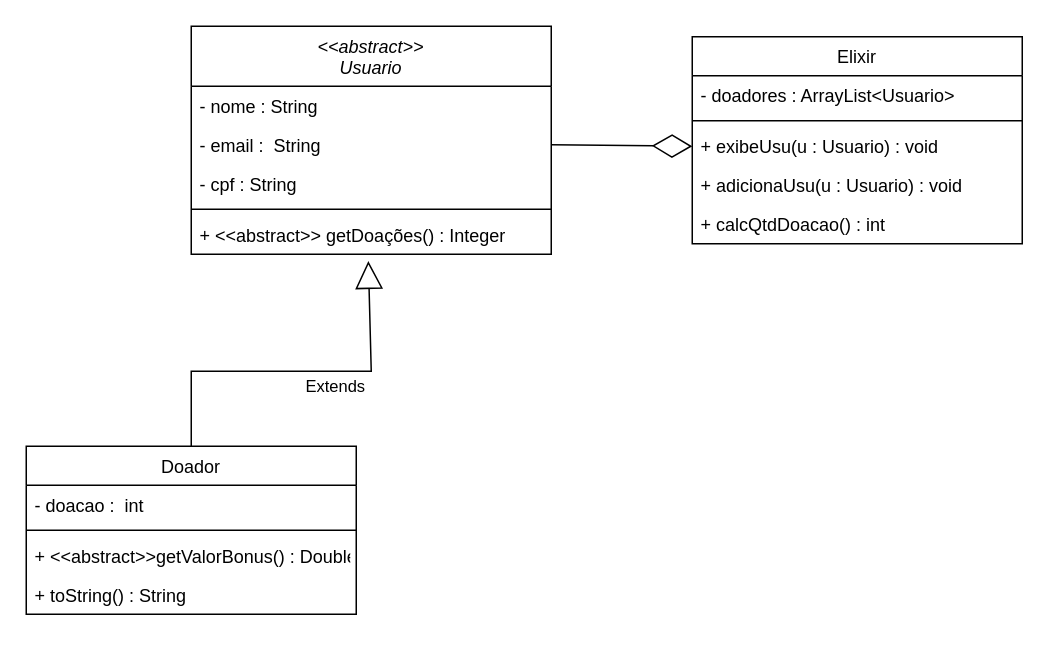
Above: elixir.drawio in NetoOSantos/UML (draw.io), before the change. Source tidied: cells renumbered, new cells numbered last; positions are measured from the earlier drawing's top-left corner, leaving out a move shared by most shapes. Both pictures are drawn from the tidied source at 150%, with x=0, y=0 at pixel (26, 26).
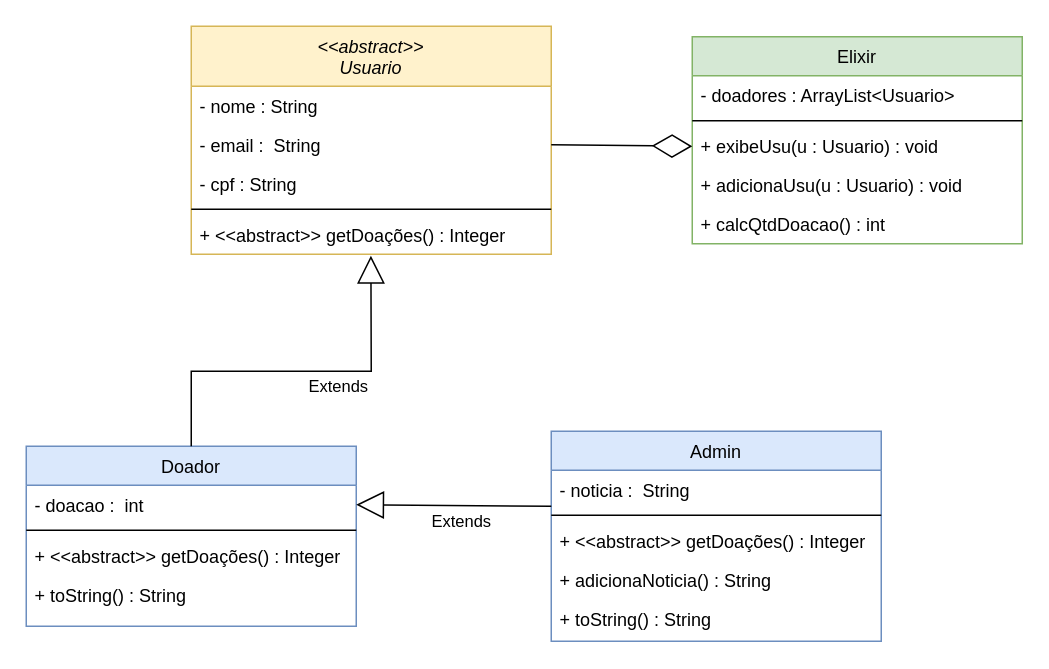
Above is the later version.

Unchanged cells that the change refers to:
```xml
<mxCell id="3" value="- doacao :  int" style="text;align=left;verticalAlign=top;spacingLeft=4;spacingRight=4;overflow=hidden;points=[[0,0.5],[1,0.5]];portConstraint=eastwest;" parent="2" vertex="1">
  <mxGeometry y="26" width="220" height="26" as="geometry" />
</mxCell>
<mxCell id="18" value="+ &lt;&lt;abstract&gt;&gt; getDoações() : Integer" style="text;align=left;verticalAlign=top;spacingLeft=4;spacingRight=4;overflow=hidden;points=[[0,0.5],[1,0.5]];portConstraint=eastwest;" parent="13" vertex="1">
  <mxGeometry y="126" width="240" height="26" as="geometry" />
</mxCell>
```

The edit, as a diff of the source:
```diff
@@
-    <mxCell id="2" value="Doador" style="swimlane;fontStyle=0;align=center;verticalAlign=top;horizontal=1;startSize=26;rounded=0;shadow=0;strokeWidth=1;" parent="1" vertex="1">
-      <mxGeometry y="280" width="220" height="112" as="geometry" />
+    <mxCell id="2" value="Doador" style="swimlane;fontStyle=0;align=center;verticalAlign=top;horizontal=1;startSize=26;rounded=0;shadow=0;strokeWidth=1;fillColor=#dae8fc;strokeColor=#6c8ebf;" parent="1" vertex="1">
+      <mxGeometry y="280" width="220" height="120" as="geometry" />
     </mxCell>
@@
-    <mxCell id="5" value="+ &lt;&lt;abstract&gt;&gt;getValorBonus() : Double" style="text;align=left;verticalAlign=top;spacingLeft=4;spacingRight=4;overflow=hidden;" parent="2" vertex="1">
-      <mxGeometry y="60" width="220" height="26" as="geometry" />
-    </mxCell>
+    <mxCell id="21" value="+ &lt;&lt;abstract&gt;&gt; getDoações() : Integer" style="text;align=left;verticalAlign=top;spacingLeft=4;spacingRight=4;overflow=hidden;" parent="2" vertex="1">
+      <mxGeometry y="60" width="220" height="26" as="geometry" />
+    </mxCell>
@@
-    <mxCell id="7" value="Elixir" style="swimlane;fontStyle=0;align=center;verticalAlign=top;horizontal=1;startSize=26;rounded=0;shadow=0;strokeWidth=1;" parent="1" vertex="1">
+    <mxCell id="7" value="Elixir" style="swimlane;fontStyle=0;align=center;verticalAlign=top;horizontal=1;startSize=26;rounded=0;shadow=0;strokeWidth=1;fillColor=#d5e8d4;strokeColor=#82b366;" parent="1" vertex="1">
       <mxGeometry x="444" y="7" width="220" height="138" as="geometry" />
     </mxCell>
@@
-    <mxCell id="13" value="&lt;&lt;abstract&gt;&gt;&#10;Usuario" style="swimlane;fontStyle=2;align=center;verticalAlign=top;horizontal=1;startSize=40;rounded=0;shadow=0;strokeWidth=1;" parent="1" vertex="1">
+    <mxCell id="13" value="&lt;&lt;abstract&gt;&gt;&#10;Usuario" style="swimlane;fontStyle=2;align=center;verticalAlign=top;horizontal=1;startSize=40;rounded=0;shadow=0;strokeWidth=1;fillColor=#fff2cc;strokeColor=#d6b656;" parent="1" vertex="1">
       <mxGeometry x="110" width="240" height="152" as="geometry" />
     </mxCell>
@@
-    <mxCell id="20" value="Extends" style="endArrow=block;endSize=16;endFill=0;html=1;rounded=0;exitX=0.5;exitY=0;exitDx=0;exitDy=0;entryX=0.492;entryY=1.176;entryDx=0;entryDy=0;entryPerimeter=0;" parent="1" edge="1" source="2" target="18">
+    <mxCell id="20" value="Extends" style="endArrow=block;endSize=16;endFill=0;html=1;rounded=0;exitX=0.5;exitY=0;exitDx=0;exitDy=0;entryX=0.499;entryY=1.039;entryDx=0;entryDy=0;entryPerimeter=0;" parent="1" edge="1" source="2" target="18">
       <mxGeometry x="0.2" y="-10" relative="1" as="geometry">
         <Array as="points">
           <mxPoint x="110" y="230" />
           <mxPoint x="220" y="230" />
           <mxPoint x="230" y="230" />
         </Array>
       </mxGeometry>
     </mxCell>
+    <mxCell id="22" value="Admin" style="swimlane;fontStyle=0;align=center;verticalAlign=top;horizontal=1;startSize=26;rounded=0;shadow=0;strokeWidth=1;fillColor=#dae8fc;strokeColor=#6c8ebf;" parent="1" vertex="1">
+      <mxGeometry x="350" y="270" width="220" height="140" as="geometry" />
+    </mxCell>
+    <mxCell id="23" value="- noticia :  String" style="text;align=left;verticalAlign=top;spacingLeft=4;spacingRight=4;overflow=hidden;points=[[0,0.5],[1,0.5]];portConstraint=eastwest;" parent="22" vertex="1">
+      <mxGeometry y="26" width="220" height="26" as="geometry" />
+    </mxCell>
+    <mxCell id="24" style="line;html=1;strokeWidth=1;align=left;verticalAlign=middle;spacingTop=-1;spacingLeft=3;spacingRight=3;labelPosition=right;" parent="22" vertex="1">
+      <mxGeometry y="52" width="220" height="8" as="geometry" />
+    </mxCell>
+    <mxCell id="25" value="+ &lt;&lt;abstract&gt;&gt; getDoações() : Integer" style="text;align=left;verticalAlign=top;spacingLeft=4;spacingRight=4;overflow=hidden;" parent="22" vertex="1">
+      <mxGeometry y="60" width="220" height="26" as="geometry" />
+    </mxCell>
+    <mxCell id="26" value="+ adicionaNoticia() : String" style="text;align=left;verticalAlign=top;spacingLeft=4;spacingRight=4;overflow=hidden;" parent="22" vertex="1">
+      <mxGeometry y="86" width="220" height="26" as="geometry" />
+    </mxCell>
+    <mxCell id="27" value="+ toString() : String" style="text;align=left;verticalAlign=top;spacingLeft=4;spacingRight=4;overflow=hidden;" parent="22" vertex="1">
+      <mxGeometry y="112" width="220" height="26" as="geometry" />
+    </mxCell>
+    <mxCell id="28" value="Extends" style="endArrow=block;endSize=16;endFill=0;html=1;rounded=0;entryX=1;entryY=0.5;entryDx=0;entryDy=0;exitX=0;exitY=0.923;exitDx=0;exitDy=0;exitPerimeter=0;" parent="1" edge="1" source="23" target="3">
+      <mxGeometry x="-0.08" y="10" relative="1" as="geometry" />
+    </mxCell>
```
